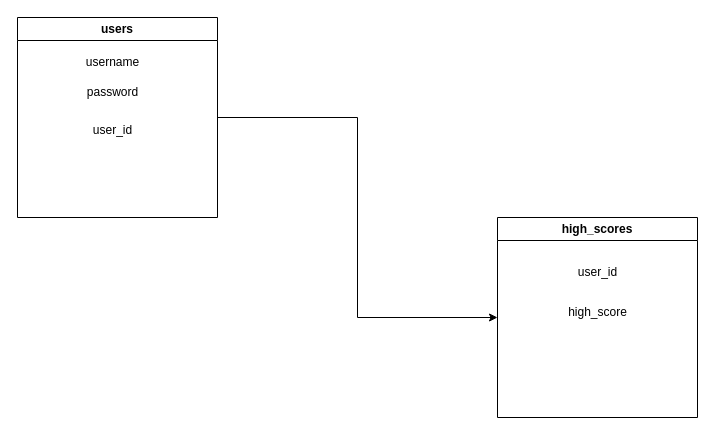
Earlier version of the draw.io diagram docs/database_diagram.drawio (jlk31/CS-NEA). Source tidied: cells renumbered, new cells numbered last; positions are measured from the earlier drawing's top-left corner, leaving out a move shared by most shapes. Both pictures are drawn from the tidied source at 100%, with x=0, y=0 at pixel (17, 17).
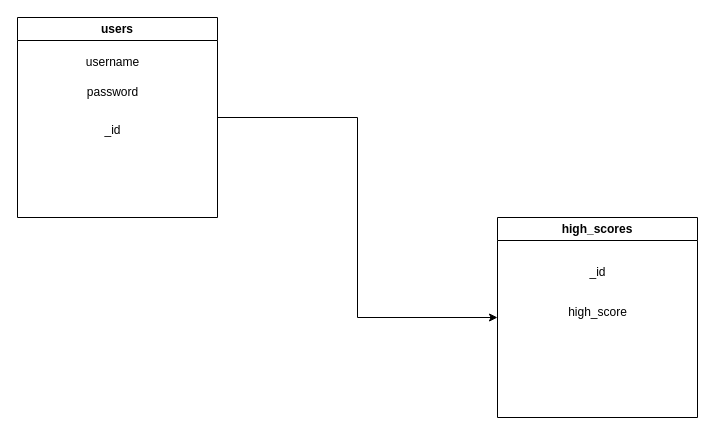
The same page after the edit.

Change to the diagram source:
```diff
@@
 <mxGraphModel>
   <root>
     <mxCell id="0" />
     <mxCell id="1" parent="0" />
     <mxCell id="2" style="edgeStyle=orthogonalEdgeStyle;rounded=0;jettySize=auto;html=1;exitX=1;exitY=0.5;exitDx=0;exitDy=0;entryX=0;entryY=0.5;entryDx=0;entryDy=0;" parent="1" edge="1" source="3" target="7">
       <mxGeometry relative="1" as="geometry" />
     </mxCell>
     <mxCell id="3" value="users" style="swimlane;whiteSpace=wrap;html=1;" parent="1" vertex="1">
       <mxGeometry width="200" height="200" as="geometry" />
     </mxCell>
     <mxCell id="4" value="username" style="text;html=1;align=center;verticalAlign=middle;strokeColor=none;fillColor=none;" parent="3" vertex="1">
       <mxGeometry x="55" y="30" width="80" height="30" as="geometry" />
     </mxCell>
     <mxCell id="5" value="password" style="text;html=1;align=center;verticalAlign=middle;strokeColor=none;fillColor=none;" parent="3" vertex="1">
       <mxGeometry x="60" y="60" width="70" height="30" as="geometry" />
     </mxCell>
-    <mxCell id="6" value="user_id" style="text;html=1;align=center;verticalAlign=middle;strokeColor=none;fillColor=none;" parent="3" vertex="1">
-      <mxGeometry x="65" y="98" width="60" height="30" as="geometry" />
+    <mxCell id="6" value="_id" style="text;html=1;align=center;verticalAlign=middle;strokeColor=none;fillColor=none;" parent="3" vertex="1">
+      <mxGeometry x="75" y="98" width="40" height="30" as="geometry" />
     </mxCell>
     <mxCell id="7" value="high_scores" style="swimlane;whiteSpace=wrap;html=1;" parent="1" vertex="1">
       <mxGeometry x="480" y="200" width="200" height="200" as="geometry" />
     </mxCell>
-    <mxCell id="8" value="user_id" style="text;html=1;align=center;verticalAlign=middle;strokeColor=none;fillColor=none;" parent="7" vertex="1">
-      <mxGeometry x="70" y="40" width="60" height="30" as="geometry" />
+    <mxCell id="8" value="_id" style="text;html=1;align=center;verticalAlign=middle;strokeColor=none;fillColor=none;" parent="7" vertex="1">
+      <mxGeometry x="80" y="40" width="40" height="30" as="geometry" />
     </mxCell>
     <mxCell id="9" value="high_score" style="text;html=1;align=center;verticalAlign=middle;strokeColor=none;fillColor=none;" parent="7" vertex="1">
       <mxGeometry x="60" y="80" width="80" height="30" as="geometry" />
     </mxCell>
   </root>
 </mxGraphModel>
```
